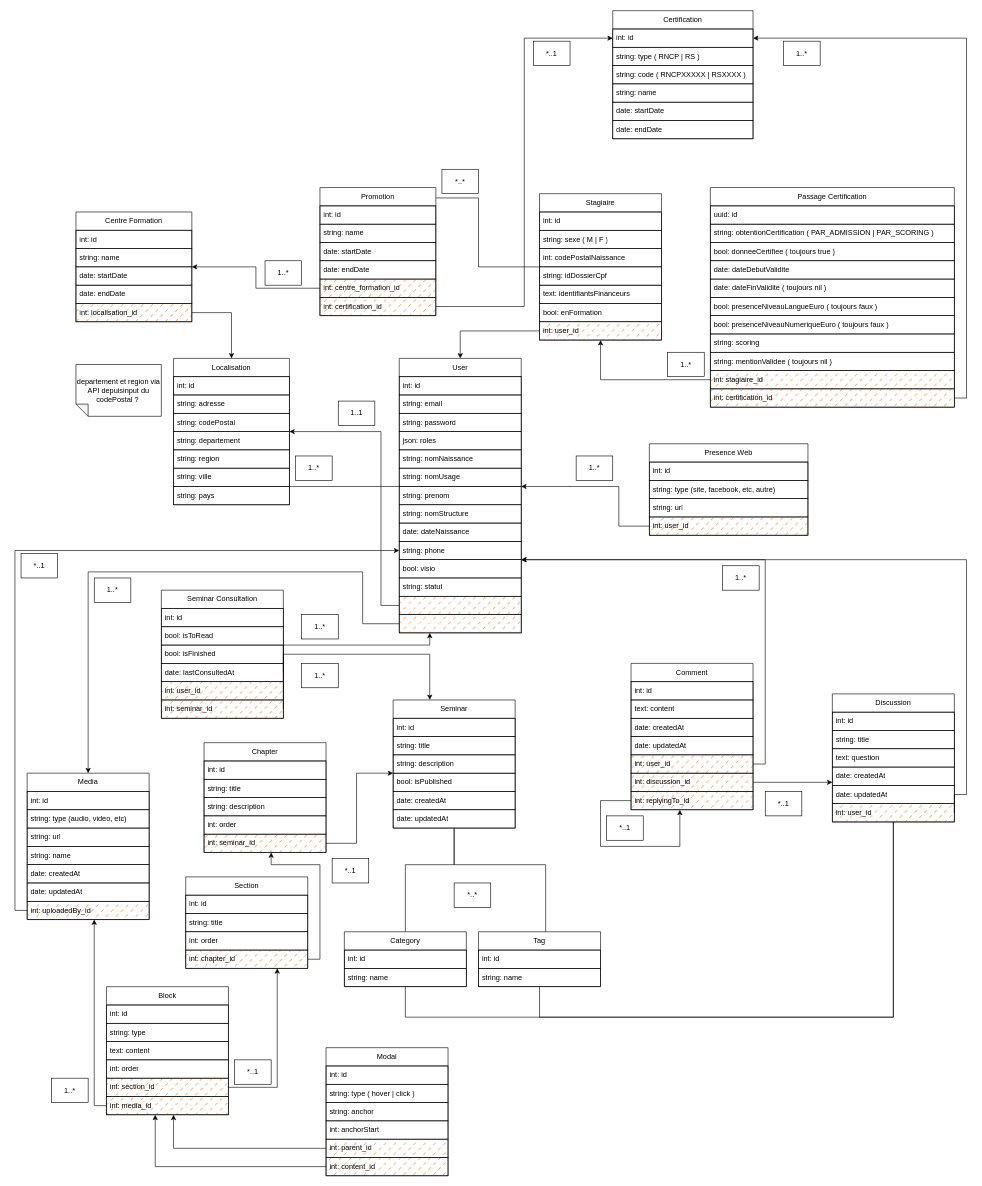
Above: MCD.drawio in ecole-richard-cross/espace-numerique (draw.io), before the change. Source tidied: cells renumbered, new cells numbered last; positions are measured from the earlier drawing's top-left corner, leaving out a move shared by most shapes. Both pictures are drawn from the tidied source at 61%, with x=0, y=0 at pixel (15, 10).
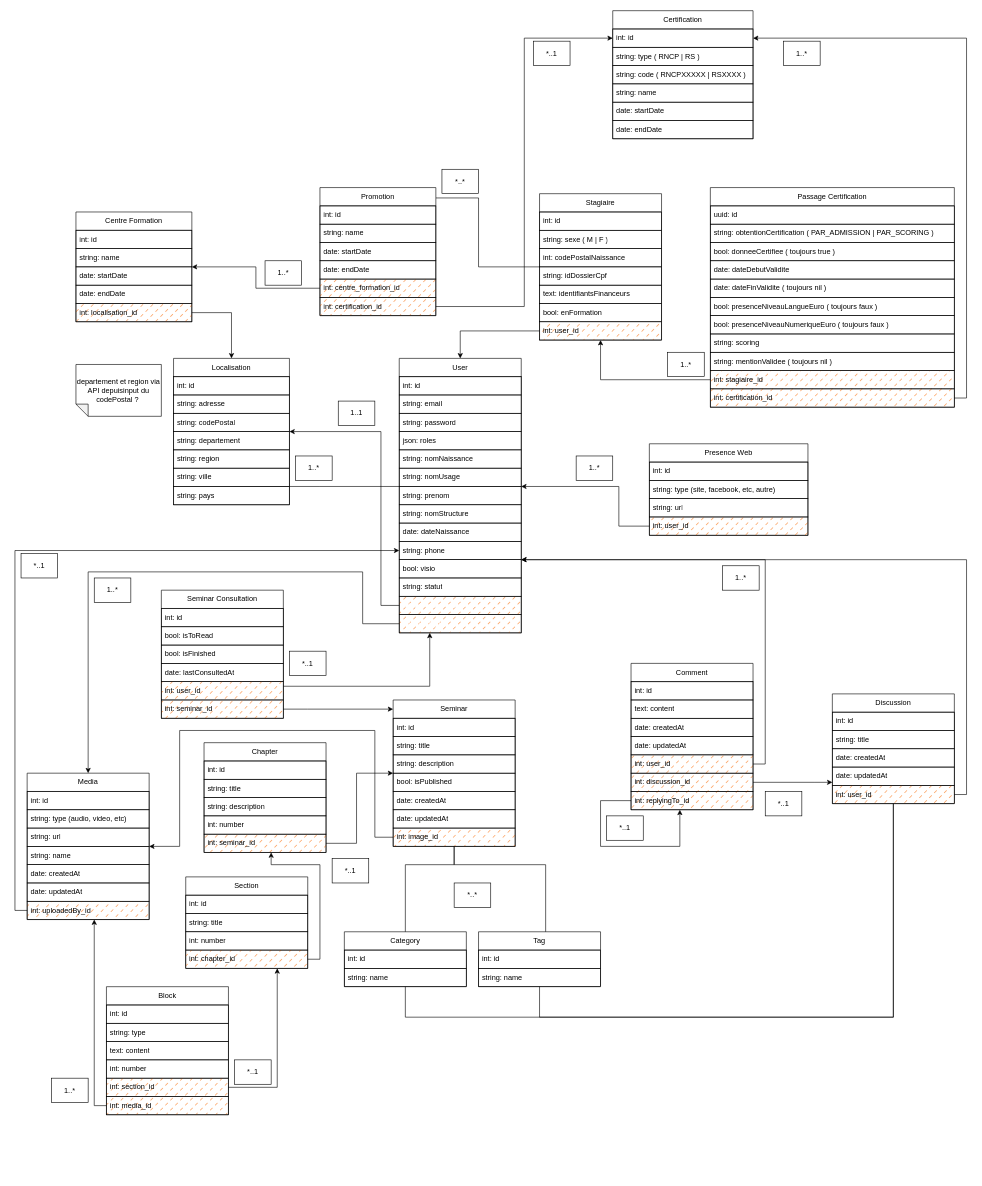
Above is the later version.

Unchanged cells that the change refers to:
```xml
<mxCell id="70" value="User" style="swimlane;fontStyle=0;horizontal=1;startSize=30;whiteSpace=wrap;html=1;rounded=0;labelBackgroundColor=none;shadow=0;swimlaneLine=1;fillOpacity=100;snapToPoint=0;fixDash=0;backgroundOutline=0;enumerate=0;comic=0;strokeColor=default;" parent="1" vertex="1">
  <mxGeometry x="630" y="570" width="200" height="450" as="geometry" />
</mxCell>
<mxCell id="104" value="Media" style="swimlane;fontStyle=0;horizontal=1;startSize=30;whiteSpace=wrap;html=1;rounded=0;labelBackgroundColor=none;shadow=0;swimlaneLine=1;fillOpacity=100;snapToPoint=0;fixDash=0;backgroundOutline=0;enumerate=0;comic=0;strokeColor=default;" parent="1" vertex="1">
  <mxGeometry x="20" y="1250" width="200" height="240" as="geometry" />
</mxCell>
<mxCell id="113" value="Seminar Consultation" style="swimlane;fontStyle=0;horizontal=1;startSize=30;whiteSpace=wrap;html=1;rounded=0;labelBackgroundColor=none;shadow=0;swimlaneLine=1;fillOpacity=100;snapToPoint=0;fixDash=0;backgroundOutline=0;enumerate=0;comic=0;strokeColor=default;" parent="1" vertex="1">
  <mxGeometry x="240" y="950" width="200" height="210" as="geometry" />
</mxCell>
<mxCell id="117" value="date: lastConsultedAt" style="text;align=left;verticalAlign=middle;spacingLeft=4;spacingRight=4;overflow=hidden;points=[[0,0.5],[1,0.5]];portConstraint=eastwest;whiteSpace=wrap;html=1;rounded=0;labelBackgroundColor=none;shadow=0;swimlaneLine=1;fillOpacity=100;snapToPoint=0;fixDash=0;backgroundOutline=0;enumerate=0;comic=0;strokeColor=default;" parent="113" vertex="1">
  <mxGeometry y="120" width="200" height="30" as="geometry" />
</mxCell>
<mxCell id="119" value="int: seminar_id" style="text;align=left;verticalAlign=middle;spacingLeft=4;spacingRight=4;overflow=hidden;points=[[0,0.5],[1,0.5]];portConstraint=eastwest;whiteSpace=wrap;html=1;rounded=0;labelBackgroundColor=none;shadow=0;swimlaneLine=1;fillOpacity=100;snapToPoint=0;fixDash=0;backgroundOutline=0;enumerate=0;comic=0;strokeColor=default;fillColor=#FA6800;fillStyle=dashed;" parent="113" vertex="1">
  <mxGeometry y="180" width="200" height="30" as="geometry" />
</mxCell>
<mxCell id="122" value="Block" style="swimlane;fontStyle=0;horizontal=1;startSize=30;whiteSpace=wrap;html=1;rounded=0;labelBackgroundColor=none;shadow=0;swimlaneLine=1;fillOpacity=100;snapToPoint=0;fixDash=0;backgroundOutline=0;enumerate=0;comic=0;strokeColor=default;" parent="1" vertex="1">
  <mxGeometry x="150" y="1600" width="200" height="210" as="geometry" />
</mxCell>
<mxCell id="158" value="Chapter" style="swimlane;fontStyle=0;horizontal=1;startSize=30;whiteSpace=wrap;html=1;rounded=0;labelBackgroundColor=none;shadow=0;swimlaneLine=1;fillOpacity=100;snapToPoint=0;fixDash=0;backgroundOutline=0;enumerate=0;comic=0;strokeColor=default;" parent="1" vertex="1">
  <mxGeometry x="310" y="1200" width="200" height="180" as="geometry" />
</mxCell>
<mxCell id="164" value="Section" style="swimlane;fontStyle=0;horizontal=1;startSize=30;whiteSpace=wrap;html=1;rounded=0;labelBackgroundColor=none;shadow=0;swimlaneLine=1;fillOpacity=100;snapToPoint=0;fixDash=0;backgroundOutline=0;enumerate=0;comic=0;strokeColor=default;" parent="1" vertex="1">
  <mxGeometry x="280" y="1420" width="200" height="150" as="geometry" />
</mxCell>
```

What changed in the source:
```diff
@@
     <mxCell id="88" value="Seminar" style="swimlane;fontStyle=0;horizontal=1;startSize=30;whiteSpace=wrap;html=1;rounded=0;labelBackgroundColor=none;shadow=0;swimlaneLine=1;fillOpacity=100;snapToPoint=0;fixDash=0;backgroundOutline=0;enumerate=0;comic=0;strokeColor=default;" parent="1" vertex="1">
-      <mxGeometry x="620" y="1130" width="200" height="210" as="geometry" />
+      <mxGeometry x="620" y="1130" width="200" height="240" as="geometry" />
     </mxCell>
@@
+    <mxCell id="186" value="int: image_id" style="text;align=left;verticalAlign=middle;spacingLeft=4;spacingRight=4;overflow=hidden;points=[[0,0.5],[1,0.5]];portConstraint=eastwest;whiteSpace=wrap;html=1;rounded=0;labelBackgroundColor=none;shadow=0;swimlaneLine=1;fillOpacity=100;snapToPoint=0;fixDash=0;backgroundOutline=0;enumerate=0;comic=0;strokeColor=default;fillColor=#FA6800;fillStyle=dashed;" parent="88" vertex="1">
+      <mxGeometry y="210" width="200" height="30" as="geometry" />
+    </mxCell>
@@
-    <mxCell id="96" value="1..*" style="text;align=center;html=1;verticalAlign=middle;whiteSpace=wrap;rounded=0;labelBackgroundColor=none;shadow=0;swimlaneLine=1;fillOpacity=100;fixDash=0;backgroundOutline=0;enumerate=0;comic=0;strokeColor=default;" parent="1" vertex="1">
-      <mxGeometry x="470" y="1070" width="60" height="40" as="geometry" />
-    </mxCell>
@@
-    <mxCell id="112" style="edgeStyle=orthogonalEdgeStyle;html=1;rounded=0;exitX=1;exitY=0.5;exitDx=0;exitDy=0;" parent="1" edge="1" source="117" target="70">
+    <mxCell id="112" style="edgeStyle=orthogonalEdgeStyle;html=1;rounded=0;exitX=1;exitY=0.75;exitDx=0;exitDy=0;" parent="1" edge="1" source="113" target="70">
       <mxGeometry relative="1" as="geometry">
         <Array as="points">
-          <mxPoint x="440" y="1040" />
-          <mxPoint x="680" y="1040" />
+          <mxPoint x="680" y="1108" />
         </Array>
       </mxGeometry>
     </mxCell>
@@
     <mxCell id="120" style="edgeStyle=orthogonalEdgeStyle;rounded=0;html=1;exitX=1;exitY=0.5;exitDx=0;exitDy=0;startArrow=none;startFill=0;endArrow=classic;endFill=1;" parent="1" edge="1" source="119" target="88">
       <mxGeometry relative="1" as="geometry">
         <Array as="points">
-          <mxPoint x="680" y="1055" />
+          <mxPoint x="480" y="1145" />
+          <mxPoint x="480" y="1145" />
         </Array>
       </mxGeometry>
     </mxCell>
@@
-    <mxCell id="126" value="int: order" style="text;align=left;verticalAlign=middle;spacingLeft=4;spacingRight=4;overflow=hidden;whiteSpace=wrap;html=1;rounded=0;labelBackgroundColor=none;shadow=0;swimlaneLine=1;fillOpacity=100;fixDash=0;backgroundOutline=0;enumerate=0;comic=0;strokeColor=default;" parent="122" vertex="1">
+    <mxCell id="126" value="int: number" style="text;align=left;verticalAlign=middle;spacingLeft=4;spacingRight=4;overflow=hidden;whiteSpace=wrap;html=1;rounded=0;labelBackgroundColor=none;shadow=0;swimlaneLine=1;fillOpacity=100;fixDash=0;backgroundOutline=0;enumerate=0;comic=0;strokeColor=default;" parent="122" vertex="1">
       <mxGeometry y="120" width="200" height="30" as="geometry" />
     </mxCell>
@@
-    <mxCell id="131" value="1..*" style="text;align=center;html=1;verticalAlign=middle;whiteSpace=wrap;rounded=0;labelBackgroundColor=none;shadow=0;swimlaneLine=1;fillOpacity=100;fixDash=0;backgroundOutline=0;enumerate=0;comic=0;strokeColor=default;" parent="1" vertex="1">
-      <mxGeometry x="470" y="990" width="60" height="40" as="geometry" />
-    </mxCell>
@@
     <mxCell id="134" value="Discussion" style="swimlane;fontStyle=0;horizontal=1;startSize=30;whiteSpace=wrap;html=1;rounded=0;labelBackgroundColor=none;shadow=0;swimlaneLine=1;fillOpacity=100;snapToPoint=0;fixDash=0;backgroundOutline=0;enumerate=0;comic=0;strokeColor=default;" parent="1" vertex="1">
-      <mxGeometry x="1340" y="1120" width="200" height="210" as="geometry" />
+      <mxGeometry x="1340" y="1120" width="200" height="180" as="geometry" />
     </mxCell>
@@
-    <mxCell id="137" value="text: question" style="text;align=left;verticalAlign=middle;spacingLeft=4;spacingRight=4;overflow=hidden;whiteSpace=wrap;html=1;rounded=0;labelBackgroundColor=none;shadow=0;swimlaneLine=1;fillOpacity=100;fixDash=0;backgroundOutline=0;enumerate=0;comic=0;strokeColor=default;" parent="134" vertex="1">
-      <mxGeometry y="90" width="200" height="30" as="geometry" />
-    </mxCell>
     <mxCell id="138" value="date: createdAt" style="text;align=left;verticalAlign=middle;spacingLeft=4;spacingRight=4;overflow=hidden;whiteSpace=wrap;html=1;rounded=0;labelBackgroundColor=none;shadow=0;swimlaneLine=1;fillOpacity=100;fixDash=0;backgroundOutline=0;enumerate=0;comic=0;strokeColor=default;" parent="134" vertex="1">
-      <mxGeometry y="120" width="200" height="30" as="geometry" />
+      <mxGeometry y="90" width="200" height="30" as="geometry" />
     </mxCell>
     <mxCell id="139" value="date: updatedAt" style="text;align=left;verticalAlign=middle;spacingLeft=4;spacingRight=4;overflow=hidden;whiteSpace=wrap;html=1;rounded=0;labelBackgroundColor=none;shadow=0;swimlaneLine=1;fillOpacity=100;fixDash=0;backgroundOutline=0;enumerate=0;comic=0;strokeColor=default;" parent="134" vertex="1">
-      <mxGeometry y="150" width="200" height="30" as="geometry" />
+      <mxGeometry y="120" width="200" height="30" as="geometry" />
     </mxCell>
     <mxCell id="140" value="int: user_id" style="text;align=left;verticalAlign=middle;spacingLeft=4;spacingRight=4;overflow=hidden;points=[[0,0.5],[1,0.5]];portConstraint=eastwest;whiteSpace=wrap;html=1;rounded=0;labelBackgroundColor=none;shadow=0;swimlaneLine=1;fillOpacity=100;snapToPoint=0;fixDash=0;backgroundOutline=0;enumerate=0;comic=0;strokeColor=default;fillColor=#FA6800;fillStyle=dashed;" parent="134" vertex="1">
-      <mxGeometry y="180" width="200" height="30" as="geometry" />
+      <mxGeometry y="150" width="200" height="30" as="geometry" />
     </mxCell>
@@
-    <mxCell id="162" value="int: order" style="text;align=left;verticalAlign=middle;spacingLeft=4;spacingRight=4;overflow=hidden;whiteSpace=wrap;html=1;rounded=0;labelBackgroundColor=none;shadow=0;swimlaneLine=1;fillOpacity=100;fixDash=0;backgroundOutline=0;enumerate=0;comic=0;strokeColor=default;" parent="158" vertex="1">
+    <mxCell id="162" value="int: number" style="text;align=left;verticalAlign=middle;spacingLeft=4;spacingRight=4;overflow=hidden;whiteSpace=wrap;html=1;rounded=0;labelBackgroundColor=none;shadow=0;swimlaneLine=1;fillOpacity=100;fixDash=0;backgroundOutline=0;enumerate=0;comic=0;strokeColor=default;" parent="158" vertex="1">
       <mxGeometry y="120" width="200" height="30" as="geometry" />
     </mxCell>
@@
-    <mxCell id="167" value="int: order" style="text;align=left;verticalAlign=middle;spacingLeft=4;spacingRight=4;overflow=hidden;whiteSpace=wrap;html=1;rounded=0;labelBackgroundColor=none;shadow=0;swimlaneLine=1;fillOpacity=100;fixDash=0;backgroundOutline=0;enumerate=0;comic=0;strokeColor=default;" parent="164" vertex="1">
+    <mxCell id="167" value="int: number" style="text;align=left;verticalAlign=middle;spacingLeft=4;spacingRight=4;overflow=hidden;whiteSpace=wrap;html=1;rounded=0;labelBackgroundColor=none;shadow=0;swimlaneLine=1;fillOpacity=100;fixDash=0;backgroundOutline=0;enumerate=0;comic=0;strokeColor=default;" parent="164" vertex="1">
       <mxGeometry y="90" width="200" height="30" as="geometry" />
     </mxCell>
@@
-    <mxCell id="177" value="Modal" style="swimlane;fontStyle=0;horizontal=1;startSize=30;whiteSpace=wrap;html=1;rounded=0;labelBackgroundColor=none;shadow=0;swimlaneLine=1;fillOpacity=100;fixDash=0;backgroundOutline=0;enumerate=0;comic=0;strokeColor=default;" parent="1" vertex="1">
-      <mxGeometry x="510" y="1700" width="200" height="210" as="geometry" />
-    </mxCell>
-    <mxCell id="178" value="int: id" style="text;align=left;verticalAlign=middle;spacingLeft=4;spacingRight=4;overflow=hidden;whiteSpace=wrap;html=1;rounded=0;labelBackgroundColor=none;shadow=0;swimlaneLine=1;fillOpacity=100;fixDash=0;backgroundOutline=0;enumerate=0;comic=0;strokeColor=default;" parent="177" vertex="1">
-      <mxGeometry y="30" width="200" height="30" as="geometry" />
-    </mxCell>
-    <mxCell id="179" value="string: type ( hover | click )" style="text;align=left;verticalAlign=middle;spacingLeft=4;spacingRight=4;overflow=hidden;whiteSpace=wrap;html=1;rounded=0;labelBackgroundColor=none;shadow=0;swimlaneLine=1;fillOpacity=100;fixDash=0;backgroundOutline=0;enumerate=0;comic=0;strokeColor=default;" parent="177" vertex="1">
-      <mxGeometry y="60" width="200" height="30" as="geometry" />
-    </mxCell>
-    <mxCell id="180" value="string: anchor" style="text;align=left;verticalAlign=middle;spacingLeft=4;spacingRight=4;overflow=hidden;whiteSpace=wrap;html=1;rounded=0;labelBackgroundColor=none;shadow=0;swimlaneLine=1;fillOpacity=100;fixDash=0;backgroundOutline=0;enumerate=0;comic=0;strokeColor=default;" parent="177" vertex="1">
-      <mxGeometry y="90" width="200" height="30" as="geometry" />
-    </mxCell>
-    <mxCell id="181" value="int: anchorStart" style="text;align=left;verticalAlign=middle;spacingLeft=4;spacingRight=4;overflow=hidden;whiteSpace=wrap;html=1;rounded=0;labelBackgroundColor=none;shadow=0;swimlaneLine=1;fillOpacity=100;fixDash=0;backgroundOutline=0;enumerate=0;comic=0;strokeColor=default;" parent="177" vertex="1">
-      <mxGeometry y="120" width="200" height="30" as="geometry" />
-    </mxCell>
-    <mxCell id="182" value="int: parent_id" style="text;align=left;verticalAlign=middle;spacingLeft=4;spacingRight=4;overflow=hidden;points=[[0,0.5],[1,0.5]];portConstraint=eastwest;whiteSpace=wrap;html=1;rounded=0;labelBackgroundColor=none;shadow=0;swimlaneLine=1;fillOpacity=100;snapToPoint=0;fixDash=0;backgroundOutline=0;enumerate=0;comic=0;strokeColor=default;fillColor=#FA6800;fillStyle=dashed;" parent="177" vertex="1">
-      <mxGeometry y="150" width="200" height="30" as="geometry" />
-    </mxCell>
-    <mxCell id="183" value="int: content_id" style="text;align=left;verticalAlign=middle;spacingLeft=4;spacingRight=4;overflow=hidden;points=[[0,0.5],[1,0.5]];portConstraint=eastwest;whiteSpace=wrap;html=1;rounded=0;labelBackgroundColor=none;shadow=0;swimlaneLine=1;fillOpacity=100;snapToPoint=0;fixDash=0;backgroundOutline=0;enumerate=0;comic=0;strokeColor=default;fillColor=#FA6800;fillStyle=dashed;" parent="177" vertex="1">
-      <mxGeometry y="180" width="200" height="30" as="geometry" />
-    </mxCell>
-    <mxCell id="184" style="edgeStyle=orthogonalEdgeStyle;rounded=0;html=1;exitX=0;exitY=0.5;exitDx=0;exitDy=0;" parent="1" edge="1" source="182" target="122">
-      <mxGeometry relative="1" as="geometry">
-        <Array as="points">
-          <mxPoint x="260" y="1865" />
-        </Array>
-      </mxGeometry>
-    </mxCell>
-    <mxCell id="185" style="edgeStyle=orthogonalEdgeStyle;rounded=0;html=1;exitX=0;exitY=0.5;exitDx=0;exitDy=0;" parent="1" edge="1" source="183" target="122">
-      <mxGeometry relative="1" as="geometry">
-        <Array as="points">
-          <mxPoint x="230" y="1895" />
-        </Array>
-      </mxGeometry>
-    </mxCell>
+    <mxCell id="187" value="*..1" style="text;align=center;html=1;verticalAlign=middle;whiteSpace=wrap;rounded=0;labelBackgroundColor=none;shadow=0;swimlaneLine=1;fillOpacity=100;fixDash=0;backgroundOutline=0;enumerate=0;comic=0;strokeColor=default;" parent="1" vertex="1">
+      <mxGeometry x="450" y="1050" width="60" height="40" as="geometry" />
+    </mxCell>
+    <mxCell id="188" style="edgeStyle=orthogonalEdgeStyle;rounded=0;html=1;exitX=0;exitY=0.5;exitDx=0;exitDy=0;" parent="1" edge="1" source="186" target="104">
+      <mxGeometry relative="1" as="geometry">
+        <Array as="points">
+          <mxPoint x="590" y="1355" />
+          <mxPoint x="590" y="1180" />
+          <mxPoint x="270" y="1180" />
+          <mxPoint x="270" y="1370" />
+        </Array>
+      </mxGeometry>
+    </mxCell>
```
